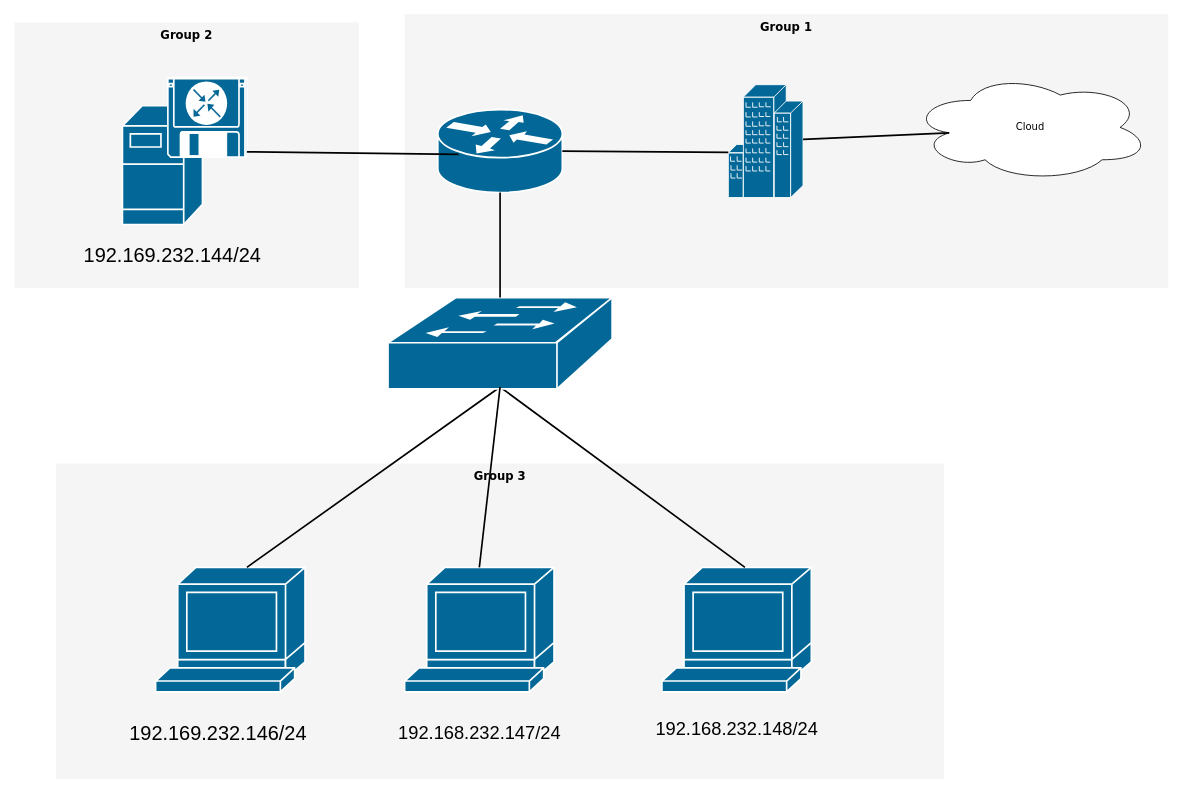
This is Diagramme sans nom.drawio from AyoubTe/AyoubTe, a draw.io file, before an edit. Source tidied: cells renumbered, new cells numbered last; positions are measured from the earlier drawing's top-left corner, leaving out a move shared by most shapes. Both pictures are drawn from the tidied source at 83%, with x=0, y=0 at pixel (14, 13).
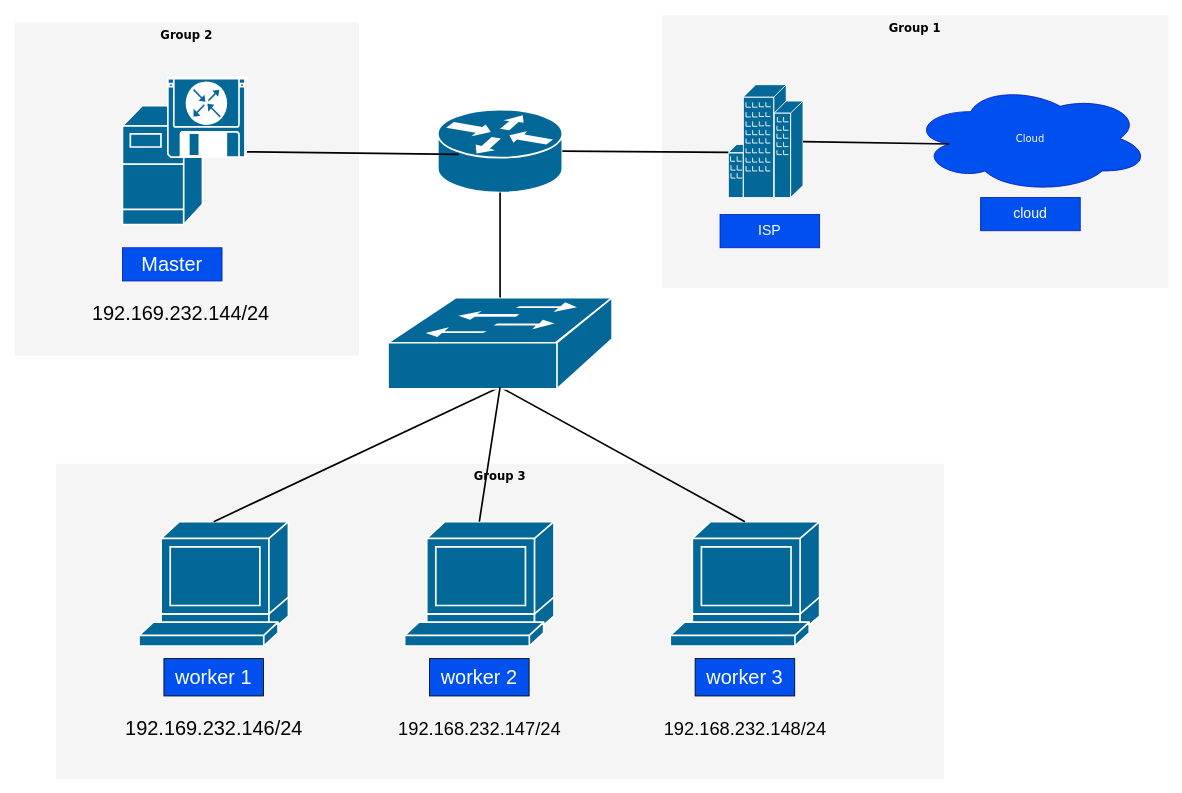
Above is the later version.

Commit message (it also covers changes not shown here):
Mettre à jour Diagramme sans nom.drawio

The change refers to these unchanged cells:
```xml
<mxCell id="14" style="shape=mxgraph.cisco.switches.workgroup_switch;sketch=0;html=1;dashed=0;fillColor=#036897;strokeColor=#ffffff;strokeWidth=2;verticalLabelPosition=bottom;verticalAlign=top;align=center;outlineConnect=0;" parent="1" vertex="1">
  <mxGeometry x="450" y="342" width="270" height="110" as="geometry" />
</mxCell>
```

Change to the diagram source:
```diff
@@
     <mxCell id="2" value="Group 1" style="whiteSpace=wrap;html=1;rounded=0;shadow=0;comic=0;strokeWidth=1;fontFamily=Verdana;fontSize=14;fillColor=#f5f5f5;strokeColor=none;verticalAlign=top;fontStyle=1;" parent="1" vertex="1">
-      <mxGeometry x="470" y="0.5" width="920" height="330" as="geometry" />
+      <mxGeometry x="780" y="2" width="610" height="328.5" as="geometry" />
     </mxCell>
@@
     <mxCell id="4" value="Group 2" style="whiteSpace=wrap;html=1;rounded=0;shadow=0;comic=0;strokeWidth=1;fontFamily=Verdana;fontSize=14;fillColor=#f5f5f5;strokeColor=none;fontStyle=1;verticalAlign=top;" parent="1" vertex="1">
-      <mxGeometry y="10.5" width="415" height="320" as="geometry" />
+      <mxGeometry y="10.5" width="415" height="401.5" as="geometry" />
     </mxCell>
-    <mxCell id="5" value="Cloud" style="ellipse;shape=cloud;whiteSpace=wrap;html=1;rounded=0;shadow=0;comic=0;strokeWidth=1;fontFamily=Verdana;fontSize=12;" parent="1" vertex="1">
-      <mxGeometry x="1080" y="72" width="288" height="130" as="geometry" />
+    <mxCell id="5" value="Cloud" style="ellipse;shape=cloud;whiteSpace=wrap;html=1;rounded=0;shadow=0;comic=0;strokeWidth=1;fontFamily=Verdana;fontSize=12;fillColor=#0050ef;fontColor=#ffffff;strokeColor=#001DBC;" parent="1" vertex="1">
+      <mxGeometry x="1080" y="85.5" width="288" height="130" as="geometry" />
     </mxCell>
@@
     <mxCell id="9" style="shape=mxgraph.cisco.computers_and_peripherals.terminal;sketch=0;html=1;dashed=0;fillColor=#036897;strokeColor=#ffffff;strokeWidth=2;verticalLabelPosition=bottom;verticalAlign=top;align=center;outlineConnect=0;" parent="1" vertex="1">
-      <mxGeometry x="170" y="667" width="180" height="150" as="geometry" />
+      <mxGeometry x="150" y="612" width="180" height="150" as="geometry" />
     </mxCell>
     <mxCell id="10" style="shape=mxgraph.cisco.computers_and_peripherals.terminal;sketch=0;html=1;dashed=0;fillColor=#036897;strokeColor=#ffffff;strokeWidth=2;verticalLabelPosition=bottom;verticalAlign=top;align=center;outlineConnect=0;" parent="1" vertex="1">
-      <mxGeometry x="470" y="667" width="180" height="150" as="geometry" />
+      <mxGeometry x="470" y="612" width="180" height="150" as="geometry" />
     </mxCell>
     <mxCell id="11" style="shape=mxgraph.cisco.computers_and_peripherals.terminal;sketch=0;html=1;dashed=0;fillColor=#036897;strokeColor=#ffffff;strokeWidth=2;verticalLabelPosition=bottom;verticalAlign=top;align=center;outlineConnect=0;" parent="1" vertex="1">
-      <mxGeometry x="780" y="667" width="180" height="150" as="geometry" />
+      <mxGeometry x="790" y="612" width="180" height="150" as="geometry" />
     </mxCell>
-    <mxCell id="12" style="endArrow=none;html=1;rounded=0;strokeWidth=2;entryX=0.5;entryY=0.98;entryDx=0;entryDy=0;entryPerimeter=0;" parent="1" edge="1" target="14">
-      <mxGeometry relative="1" as="geometry">
-        <mxPoint x="880" y="667" as="sourcePoint" />
-      </mxGeometry>
+    <mxCell id="12" style="endArrow=none;html=1;rounded=0;strokeWidth=2;entryX=0.5;entryY=0.98;entryDx=0;entryDy=0;entryPerimeter=0;exitX=0.5;exitY=0;exitDx=0;exitDy=0;exitPerimeter=0;" parent="1" edge="1" source="11" target="14">
+      <mxGeometry relative="1" as="geometry" />
     </mxCell>
-    <mxCell id="13" style="endArrow=none;html=1;rounded=0;strokeWidth=2;strokeColor=#000000;entryX=0.5;entryY=0.98;entryDx=0;entryDy=0;entryPerimeter=0;" parent="1" edge="1" target="14">
-      <mxGeometry relative="1" as="geometry">
-        <mxPoint x="280" y="667" as="sourcePoint" />
-      </mxGeometry>
+    <mxCell id="13" style="endArrow=none;html=1;rounded=0;strokeWidth=2;strokeColor=#000000;entryX=0.5;entryY=0.98;entryDx=0;entryDy=0;entryPerimeter=0;exitX=0.5;exitY=0;exitDx=0;exitDy=0;exitPerimeter=0;" parent="1" edge="1" source="9" target="14">
+      <mxGeometry relative="1" as="geometry" />
     </mxCell>
@@
     <mxCell id="20" value="&lt;font style=&quot;font-size: 24px;&quot;&gt;192.169.232.146/24&lt;/font&gt;" style="text;html=1;align=center;verticalAlign=middle;strokeColor=none;fillColor=none;" parent="1" vertex="1">
-      <mxGeometry x="125" y="847" width="240" height="40" as="geometry" />
+      <mxGeometry x="120" y="842" width="240" height="40" as="geometry" />
     </mxCell>
     <mxCell id="21" value="&lt;font style=&quot;font-size: 22px;&quot;&gt;192.168.232.147/24&lt;/font&gt;" style="text;html=1;align=center;verticalAlign=middle;strokeColor=none;fillColor=none;" parent="1" vertex="1">
-      <mxGeometry x="450" y="847" width="220" height="40" as="geometry" />
+      <mxGeometry x="450" y="842" width="220" height="40" as="geometry" />
     </mxCell>
     <mxCell id="22" value="&lt;font style=&quot;font-size: 22px;&quot;&gt;192.168.232.148/24&lt;/font&gt;" style="text;html=1;align=center;verticalAlign=middle;strokeColor=none;fillColor=none;" parent="1" vertex="1">
-      <mxGeometry x="760" y="842" width="220" height="40" as="geometry" />
+      <mxGeometry x="770" y="842" width="220" height="40" as="geometry" />
     </mxCell>
     <mxCell id="23" value="&lt;font style=&quot;font-size: 24px;&quot;&gt;192.169.232.144/24&lt;/font&gt;" style="text;html=1;align=center;verticalAlign=middle;strokeColor=none;fillColor=none;" parent="1" vertex="1">
-      <mxGeometry x="70" y="272" width="240" height="40" as="geometry" />
+      <mxGeometry x="80" y="342" width="240" height="40" as="geometry" />
     </mxCell>
+    <mxCell id="24" value="&lt;font style=&quot;font-size: 24px;&quot;&gt;worker 1&lt;/font&gt;" style="whiteSpace=wrap;html=1;fillColor=#0050ef;fontColor=#ffffff;strokeColor=default;" parent="1" vertex="1">
+      <mxGeometry x="180" y="777" width="120" height="45" as="geometry" />
+    </mxCell>
+    <mxCell id="25" value="&lt;font style=&quot;font-size: 24px;&quot;&gt;worker 2&lt;/font&gt;" style="whiteSpace=wrap;html=1;fillColor=#0050ef;fontColor=#ffffff;strokeColor=default;" parent="1" vertex="1">
+      <mxGeometry x="500" y="777" width="120" height="45" as="geometry" />
+    </mxCell>
+    <mxCell id="26" value="&lt;font style=&quot;font-size: 24px;&quot;&gt;worker 3&lt;/font&gt;" style="whiteSpace=wrap;html=1;fillColor=#0050ef;fontColor=#ffffff;strokeColor=default;" parent="1" vertex="1">
+      <mxGeometry x="820" y="777" width="120" height="45" as="geometry" />
+    </mxCell>
+    <mxCell id="27" value="&lt;font style=&quot;font-size: 17px;&quot;&gt;cloud&lt;/font&gt;" style="whiteSpace=wrap;html=1;fillColor=#0050ef;fontColor=#ffffff;strokeColor=#001DBC;" parent="1" vertex="1">
+      <mxGeometry x="1164" y="221.5" width="120" height="40" as="geometry" />
+    </mxCell>
+    <mxCell id="28" value="&lt;font style=&quot;font-size: 17px;&quot;&gt;ISP&lt;br&gt;&lt;/font&gt;" style="whiteSpace=wrap;html=1;fillColor=#0050ef;fontColor=#ffffff;strokeColor=#001DBC;" parent="1" vertex="1">
+      <mxGeometry x="850" y="242" width="120" height="40" as="geometry" />
+    </mxCell>
+    <mxCell id="29" value="&lt;font style=&quot;font-size: 24px;&quot;&gt;Master&lt;/font&gt;" style="whiteSpace=wrap;html=1;fillColor=#0050ef;fontColor=#ffffff;strokeColor=#001DBC;" parent="1" vertex="1">
+      <mxGeometry x="130" y="282" width="120" height="40" as="geometry" />
+    </mxCell>
```
